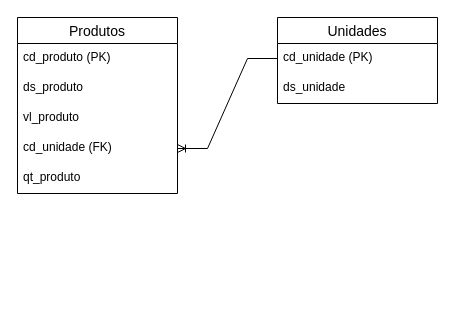
Before: UC10/ATIVIDADE_1/atividade1.drawio in Paguiar735/ResolucaoAtividadesAndroid, a draw.io diagram. Source tidied: cells renumbered, new cells numbered last; positions are measured from the earlier drawing's top-left corner, leaving out a move shared by most shapes. Both pictures are drawn from the tidied source at 100%, with x=0, y=0 at pixel (17, 17).
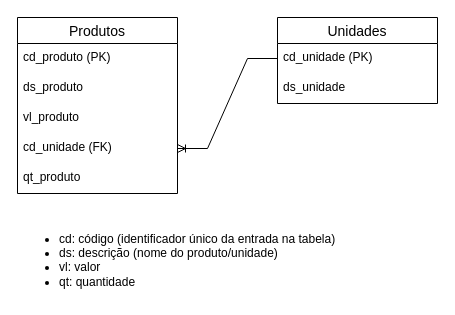
The same page after the edit.

Commit message (it also covers changes not shown here):
[feat]: insira glossario do diagrama

Insira glossario de abreviacoes usadas no diagrama

What changed in the source:
```diff
@@
 <mxGraphModel>
   <root>
     <mxCell id="0" />
     <mxCell id="1" parent="0" />
     <mxCell id="2" value="Produtos" style="swimlane;fontStyle=0;horizontal=1;startSize=26;align=center;fontSize=14;" parent="1" vertex="1">
       <mxGeometry width="160" height="176" as="geometry" />
     </mxCell>
     <mxCell id="3" value="cd_produto (PK)" style="text;strokeColor=none;fillColor=none;spacingLeft=4;spacingRight=4;overflow=hidden;fontSize=12;whiteSpace=wrap;html=1;" parent="2" vertex="1">
       <mxGeometry y="26" width="160" height="30" as="geometry" />
     </mxCell>
     <mxCell id="4" value="ds_produto" style="text;strokeColor=none;fillColor=none;spacingLeft=4;spacingRight=4;overflow=hidden;fontSize=12;whiteSpace=wrap;html=1;" parent="2" vertex="1">
       <mxGeometry y="56" width="160" height="30" as="geometry" />
     </mxCell>
     <mxCell id="5" value="vl_produto" style="text;strokeColor=none;fillColor=none;spacingLeft=4;spacingRight=4;overflow=hidden;fontSize=12;whiteSpace=wrap;html=1;" parent="2" vertex="1">
       <mxGeometry y="86" width="160" height="30" as="geometry" />
     </mxCell>
     <mxCell id="6" value="cd_unidade (FK)" style="text;strokeColor=none;fillColor=none;spacingLeft=4;spacingRight=4;overflow=hidden;points=[[0,0.5],[1,0.5]];portConstraint=eastwest;fontSize=12;whiteSpace=wrap;html=1;" parent="2" vertex="1">
       <mxGeometry y="116" width="160" height="30" as="geometry" />
     </mxCell>
     <mxCell id="7" value="qt_produto" style="text;strokeColor=none;fillColor=none;spacingLeft=4;spacingRight=4;overflow=hidden;fontSize=12;whiteSpace=wrap;html=1;" parent="2" vertex="1">
       <mxGeometry y="146" width="160" height="30" as="geometry" />
     </mxCell>
     <mxCell id="8" value="Unidades" style="swimlane;fontStyle=0;horizontal=1;startSize=26;align=center;fontSize=14;" parent="1" vertex="1">
       <mxGeometry x="260" width="160" height="86" as="geometry" />
     </mxCell>
     <mxCell id="9" value="cd_unidade (PK)" style="text;strokeColor=none;fillColor=none;spacingLeft=4;spacingRight=4;overflow=hidden;points=[[0,0.5],[1,0.5]];portConstraint=eastwest;fontSize=12;whiteSpace=wrap;html=1;" parent="8" vertex="1">
       <mxGeometry y="26" width="160" height="30" as="geometry" />
     </mxCell>
     <mxCell id="10" value="ds_unidade" style="text;strokeColor=none;fillColor=none;spacingLeft=4;spacingRight=4;overflow=hidden;fontSize=12;whiteSpace=wrap;html=1;" parent="8" vertex="1">
       <mxGeometry y="56" width="160" height="30" as="geometry" />
     </mxCell>
     <mxCell id="11" style="edgeStyle=entityRelationEdgeStyle;fontSize=12;html=1;endArrow=ERoneToMany;rounded=0;exitX=0;exitY=0.5;exitDx=0;exitDy=0;entryX=1;entryY=0.5;entryDx=0;entryDy=0;" parent="1" edge="1" source="9" target="6">
       <mxGeometry relative="1" as="geometry" />
     </mxCell>
+    <mxCell id="12" value="&lt;ul&gt;&lt;li&gt;cd: código (identificador único da entrada na tabela)&lt;br&gt;&lt;/li&gt;&lt;li&gt;ds: descrição (nome do produto/unidade)&lt;br&gt;&lt;/li&gt;&lt;li&gt;vl: valor&lt;/li&gt;&lt;li&gt;qt: quantidade&lt;br&gt;&lt;/li&gt;&lt;/ul&gt;" style="text;strokeColor=none;fillColor=none;html=1;whiteSpace=wrap;verticalAlign=middle;overflow=hidden;" parent="1" vertex="1">
+      <mxGeometry y="200" width="330" height="80" as="geometry" />
+    </mxCell>
   </root>
 </mxGraphModel>
```
